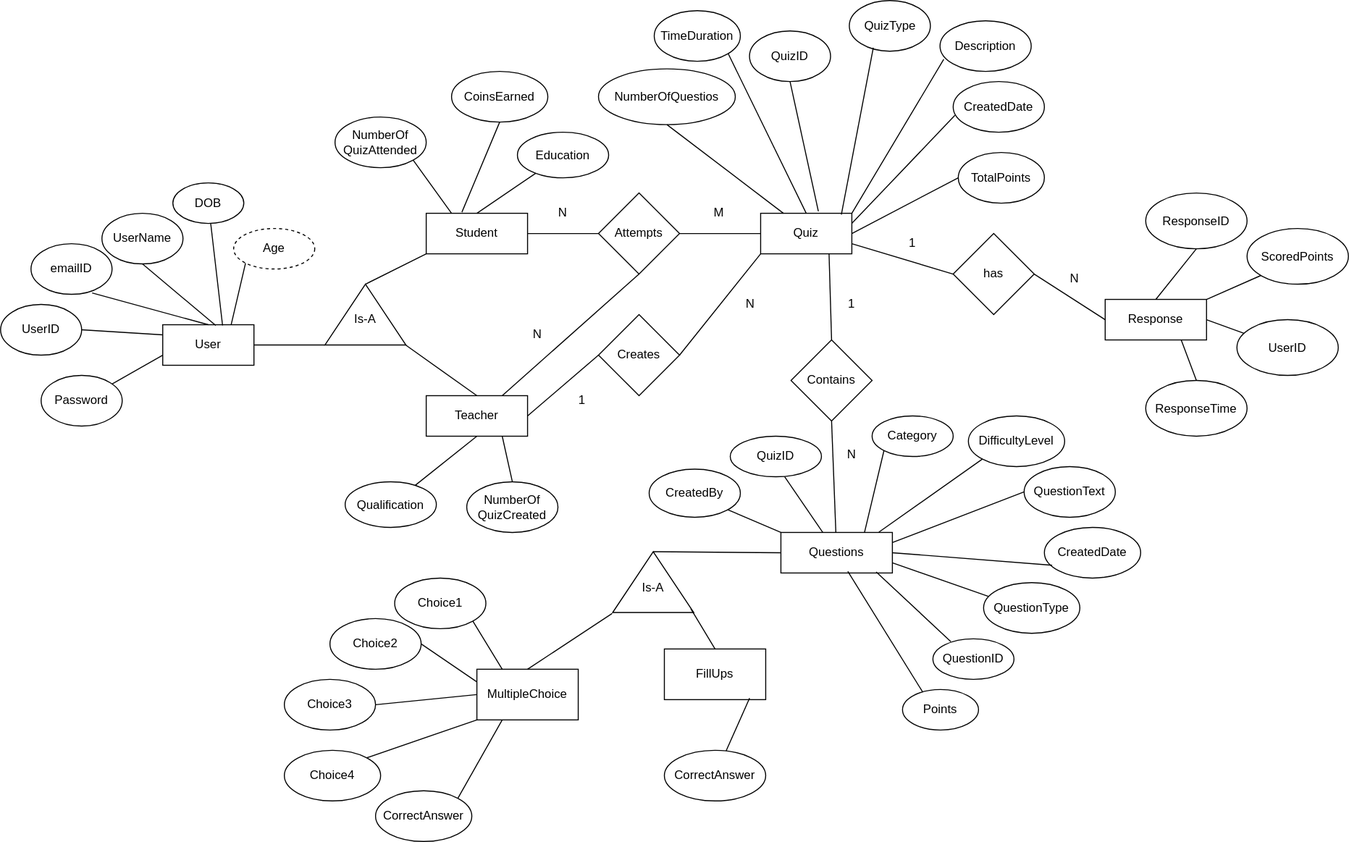
Before: Day29-ERD/Quiz_App_ERD.svg, a diagram exported from draw.io (Huzair13/MiniProject-QuizApp). Source tidied: cells renumbered, new cells last; positions are measured from the earlier drawing's top-left corner, leaving out a move shared by most shapes.
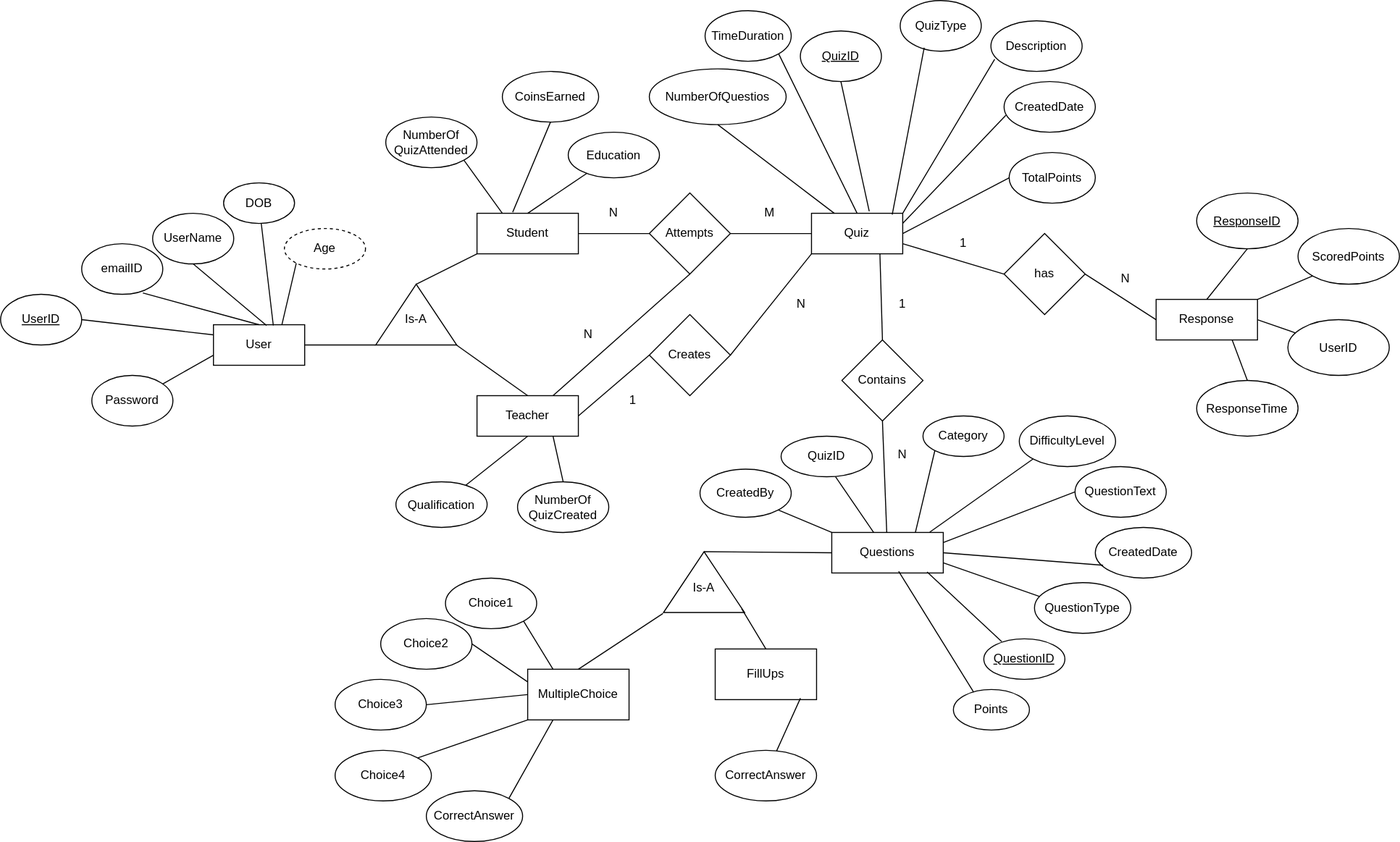
After the change.

What changed in the source:
```diff
@@ -2,8 +2,8 @@
   <root>
     <mxCell id="0" />
     <mxCell id="1" parent="0" />
-    <mxCell id="2" value="UserID" style="ellipse;whiteSpace=wrap;html=1;" parent="1" vertex="1">
-      <mxGeometry y="300" width="80" height="50" as="geometry" />
+    <mxCell id="2" value="&lt;u&gt;UserID&lt;/u&gt;" style="ellipse;whiteSpace=wrap;html=1;" parent="1" vertex="1">
+      <mxGeometry x="-50" y="290" width="80" height="50" as="geometry" />
     </mxCell>
     <mxCell id="3" value="User" style="rounded=0;whiteSpace=wrap;html=1;" parent="1" vertex="1">
       <mxGeometry x="160" y="320" width="90" height="40" as="geometry" />
@@ -83,7 +83,7 @@
     <mxCell id="28" style="endArrow=none;html=1;rounded=0;exitX=1;exitY=0.5;exitDx=0;exitDy=0;entryX=0;entryY=0.5;entryDx=0;entryDy=0;" parent="1" edge="1" source="26" target="27">
       <mxGeometry relative="1" as="geometry" />
     </mxCell>
-    <mxCell id="29" value="QuizID" style="ellipse;whiteSpace=wrap;html=1;" parent="1" vertex="1">
+    <mxCell id="29" value="&lt;u&gt;QuizID&lt;/u&gt;" style="ellipse;whiteSpace=wrap;html=1;" parent="1" vertex="1">
       <mxGeometry x="739" y="30" width="80" height="50" as="geometry" />
     </mxCell>
     <mxCell id="30" value="QuizType" style="ellipse;whiteSpace=wrap;html=1;" parent="1" vertex="1">
@@ -146,7 +146,7 @@
     <mxCell id="49" value="Questions" style="rounded=0;whiteSpace=wrap;html=1;" parent="1" vertex="1">
       <mxGeometry x="770" y="525" width="110" height="40" as="geometry" />
     </mxCell>
-    <mxCell id="50" value="QuestionID" style="ellipse;whiteSpace=wrap;html=1;" parent="1" vertex="1">
+    <mxCell id="50" value="&lt;u&gt;QuestionID&lt;/u&gt;" style="ellipse;whiteSpace=wrap;html=1;" parent="1" vertex="1">
       <mxGeometry x="920" y="630" width="80" height="40" as="geometry" />
     </mxCell>
     <mxCell id="51" value="QuestionType" style="ellipse;whiteSpace=wrap;html=1;" parent="1" vertex="1">
@@ -284,7 +284,7 @@
     <mxCell id="95" value="Response" style="rounded=0;whiteSpace=wrap;html=1;" parent="1" vertex="1">
       <mxGeometry x="1090" y="295" width="100" height="40" as="geometry" />
     </mxCell>
-    <mxCell id="96" value="ResponseID" style="ellipse;whiteSpace=wrap;html=1;" parent="1" vertex="1">
+    <mxCell id="96" value="&lt;u&gt;ResponseID&lt;/u&gt;" style="ellipse;whiteSpace=wrap;html=1;" parent="1" vertex="1">
       <mxGeometry x="1130" y="190" width="100" height="55" as="geometry" />
     </mxCell>
     <mxCell id="97" value="ScoredPoints" style="ellipse;whiteSpace=wrap;html=1;" parent="1" vertex="1">
```
